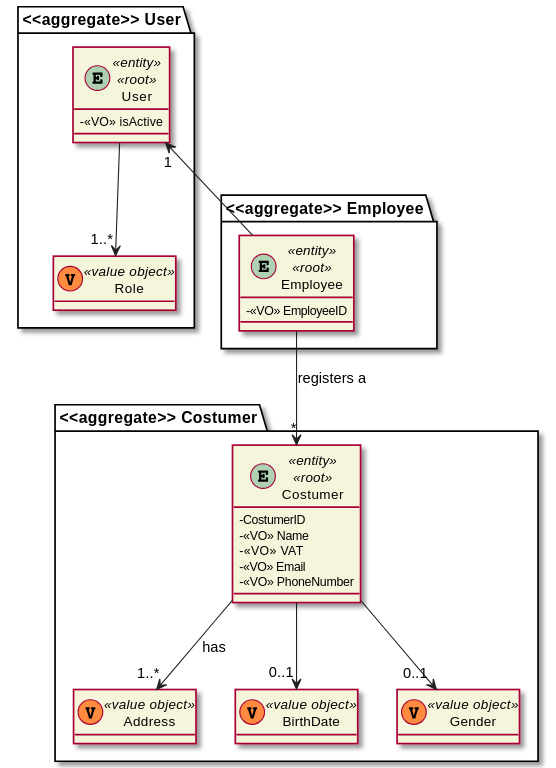
Before: docs/1201518/US1003/DM_Client.svg, a diagram exported from PlantUML (ana-albergaria/LAPR4-ISEP). Source of this version:
```plantuml
@startuml

skinparam classAttributeIconSize 0
hide empty attributes
skinparam classBackgroundColor beige
skinparam ArrowColor #222222

package "<<aggregate>> Costumer" {
    entity Costumer
    class Address
    class BirthDate
    class Gender
}

entity Costumer <<entity>> <<root>> {
    - CostumerID
    - <<VO>> Name
    - <<VO>> VAT
    - <<VO>> Email
    - <<VO>> PhoneNumber
}

class BirthDate <<(V,#FF8B40) value object>> {}
class Gender <<(V,#FF8B40) value object>> {}
class Address <<(V,#FF8B40) value object>> {}

package "<<aggregate>> Employee" {
    entity Employee
}

entity Employee <<entity>> <<root>> {
    - <<VO>> EmployeeID
}

package "<<aggregate>> User" {
    entity User
    class Role
}

entity User <<entity>> <<root>> {
    - <<VO>> isActive
}



class Role <<(V,#FF8B40) value object>> {}


Employee --> "*" Costumer : registers a
Costumer --> "1..*" Address : has
Costumer --> "0..1" BirthDate
Costumer --> "0..1" Gender


User --> "1..*" Role

User "1" <-- Employee


@enduml
```
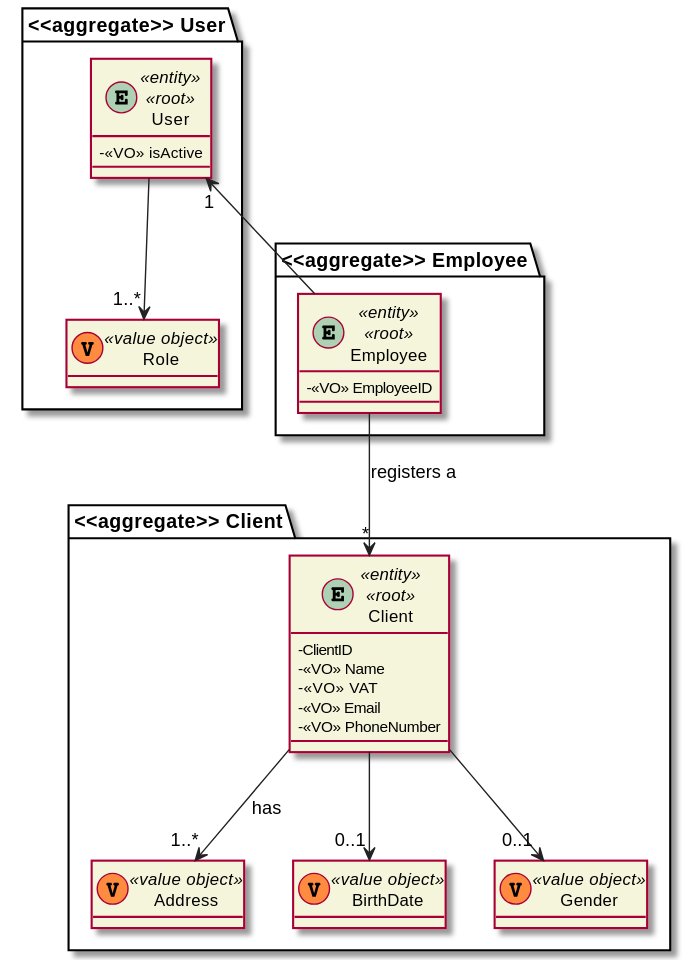
Above is the later version.

What changed in the source:
```diff
@@ -5,15 +5,15 @@
 skinparam classBackgroundColor beige
 skinparam ArrowColor #222222
 
-package "<<aggregate>> Costumer" {
-    entity Costumer
+package "<<aggregate>> Client" {
+    entity Client
     class Address
     class BirthDate
     class Gender
 }
 
-entity Costumer <<entity>> <<root>> {
-    - CostumerID
+entity Client <<entity>> <<root>> {
+    - ClientID
     - <<VO>> Name
     - <<VO>> VAT
     - <<VO>> Email
@@ -46,10 +46,10 @@
 class Role <<(V,#FF8B40) value object>> {}
 
 
-Employee --> "*" Costumer : registers a
-Costumer --> "1..*" Address : has
-Costumer --> "0..1" BirthDate
-Costumer --> "0..1" Gender
+Employee --> "*" Client : registers a
+Client --> "1..*" Address : has
+Client --> "0..1" BirthDate
+Client --> "0..1" Gender
 
 
 User --> "1..*" Role
```
